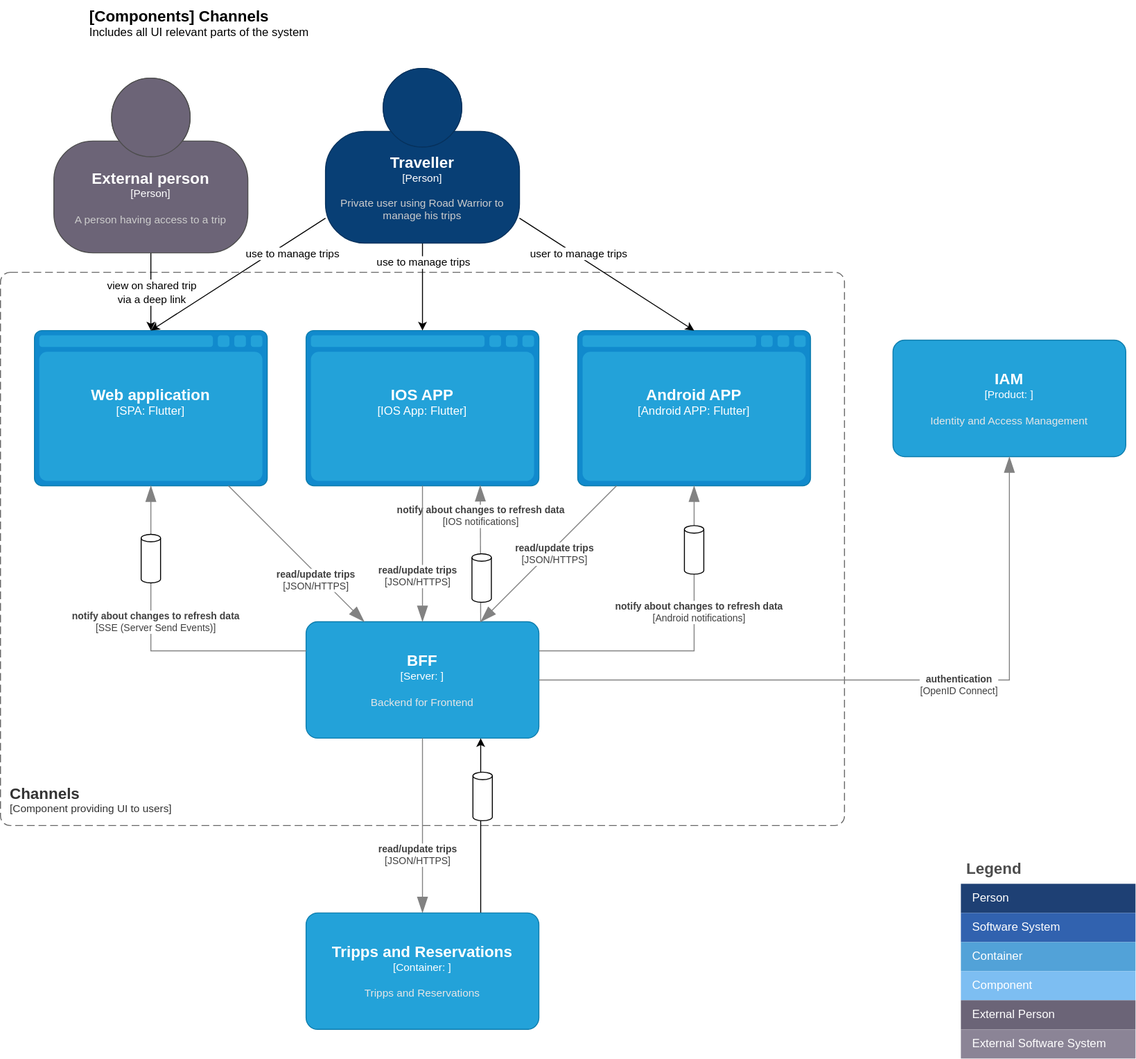
Earlier version of the draw.io export docs/diagrams/Component-Channels.drawio.svg (wschaef/architecture-kata). Source tidied: cells renumbered, new cells last; positions are measured from the earlier drawing's top-left corner, leaving out a move shared by most shapes.
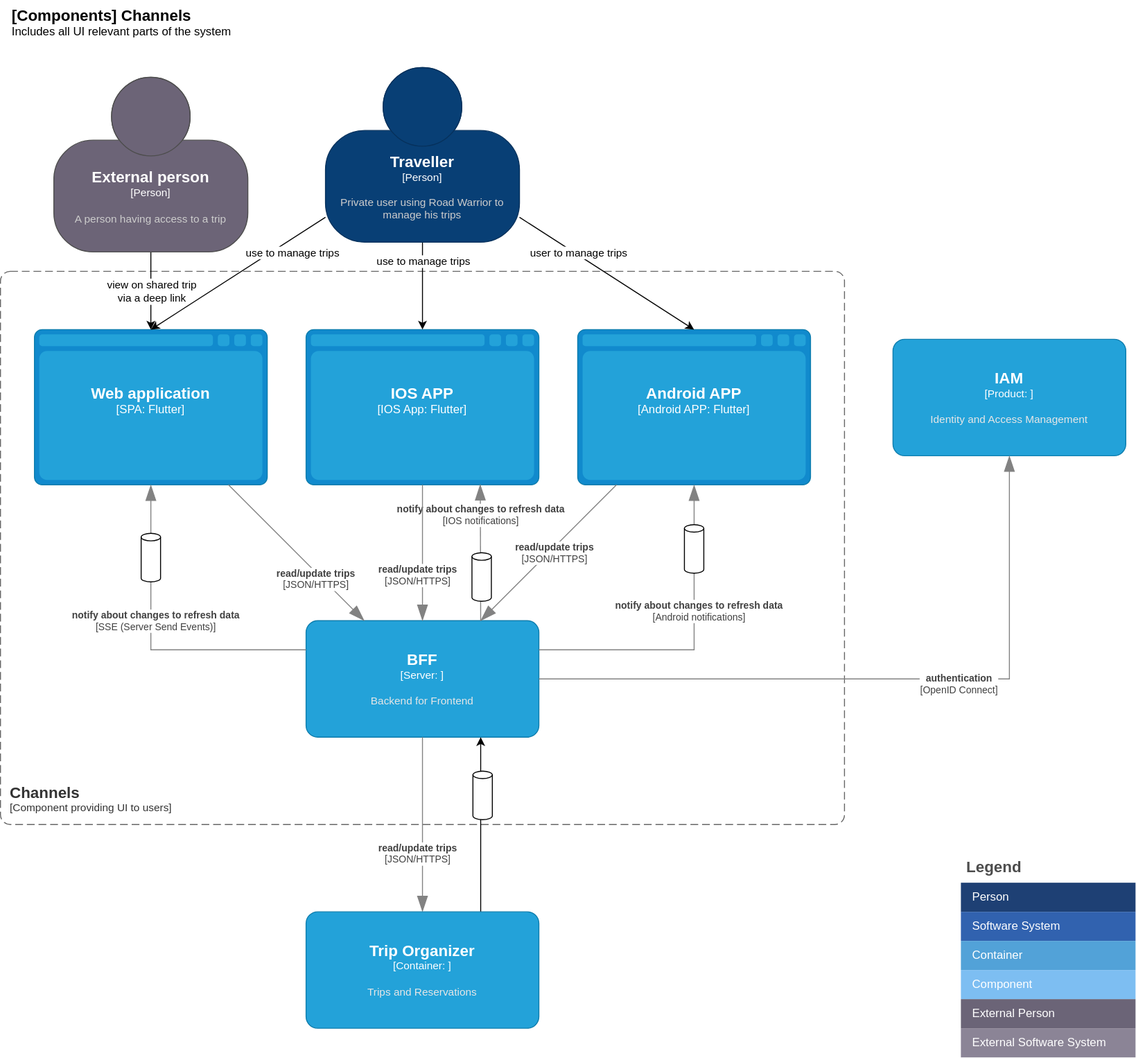
Later version of the same file.

Diff of the diagram source:
```diff
@@ -85,7 +85,7 @@
         <mxGeometry x="0.33" y="-5" relative="1" as="geometry" />
       </mxCell>
     </object>
-    <object id="21" label="&lt;font style=&quot;font-size: 16px&quot;&gt;&lt;b&gt;%c4Name%&lt;/b&gt;&lt;/font&gt;&lt;div&gt;[%c4Type%: %c4Technology%]&lt;/div&gt;&lt;br&gt;&lt;div&gt;&lt;font style=&quot;font-size: 11px&quot;&gt;&lt;font color=&quot;#E6E6E6&quot;&gt;%c4Description%&lt;/font&gt;&lt;/div&gt;" c4Description="Tripps and Reservations" c4Name="Tripps and Reservations" c4Technology="" c4Type="Container" placeholders="1">
+    <object id="21" label="&lt;font style=&quot;font-size: 16px&quot;&gt;&lt;b&gt;%c4Name%&lt;/b&gt;&lt;/font&gt;&lt;div&gt;[%c4Type%: %c4Technology%]&lt;/div&gt;&lt;br&gt;&lt;div&gt;&lt;font style=&quot;font-size: 11px&quot;&gt;&lt;font color=&quot;#E6E6E6&quot;&gt;%c4Description%&lt;/font&gt;&lt;/div&gt;" c4Description="Trips and Reservations" c4Name="Trip Organizer" c4Technology="" c4Type="Container" placeholders="1">
       <mxCell style="rounded=1;whiteSpace=wrap;html=1;fontSize=11;labelBackgroundColor=none;fillColor=#23A2D9;fontColor=#ffffff;align=center;arcSize=10;strokeColor=#0E7DAD;points=[[0.25,0,0],[0.5,0,0],[0.75,0,0],[1,0.25,0],[1,0.5,0],[1,0.75,0],[0.75,1,0],[0.5,1,0],[0.25,1,0],[0,0.75,0],[0,0.5,0],[0,0.25,0]];" parent="1" vertex="1">
         <mxGeometry x="315" y="940" width="240" height="120" as="geometry" />
       </mxCell>
@@ -136,7 +136,7 @@
     </object>
     <object id="32" label="&lt;font style=&quot;font-size: 16px&quot;&gt;&lt;b&gt;&lt;div style=&quot;text-align: left&quot;&gt;%c4Name%&lt;/div&gt;&lt;/b&gt;&lt;/font&gt;&lt;div style=&quot;text-align: left&quot;&gt;%c4Description%&lt;/div&gt;" c4Description="Includes all UI relevant parts of the system" c4Name="[Components] Channels" c4Type="ContainerDiagramTitle" placeholders="1">
       <mxCell style="text;html=1;strokeColor=none;fillColor=none;align=left;verticalAlign=top;whiteSpace=wrap;rounded=0;" parent="1" vertex="1">
-        <mxGeometry x="90" width="680" height="40" as="geometry" />
+        <mxGeometry x="10" width="680" height="40" as="geometry" />
       </mxCell>
     </object>
     <mxCell id="33" value="Legend" style="shape=table;startSize=30;fontSize=16;align=left;verticalAlign=top;fillColor=none;strokeColor=none;fontColor=#4D4D4D;fontStyle=1;spacingLeft=6;spacing=0;" parent="1" vertex="1">
```
